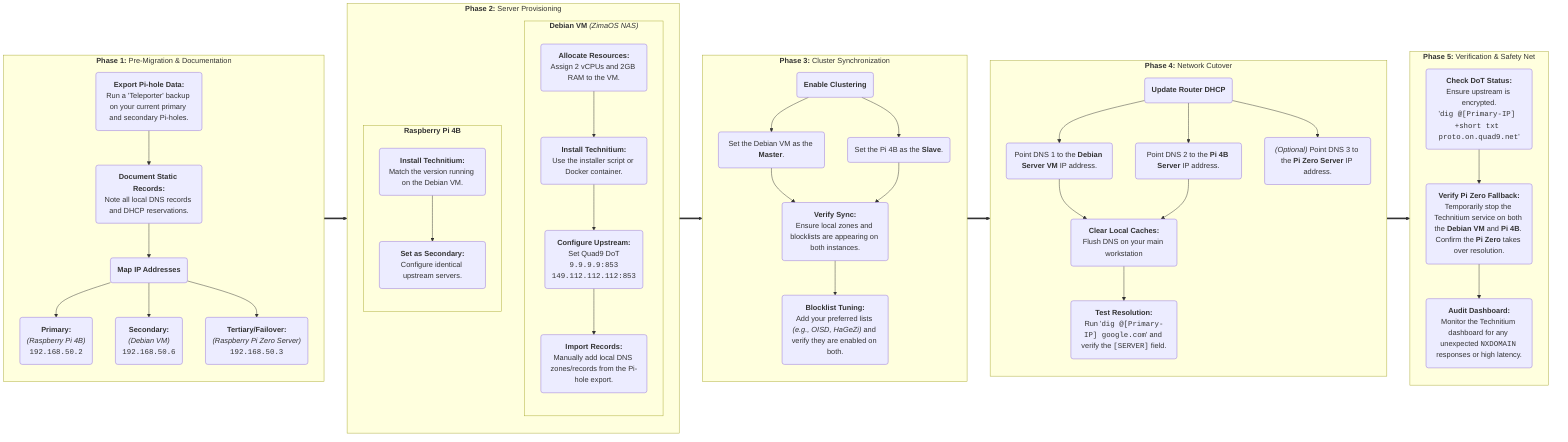
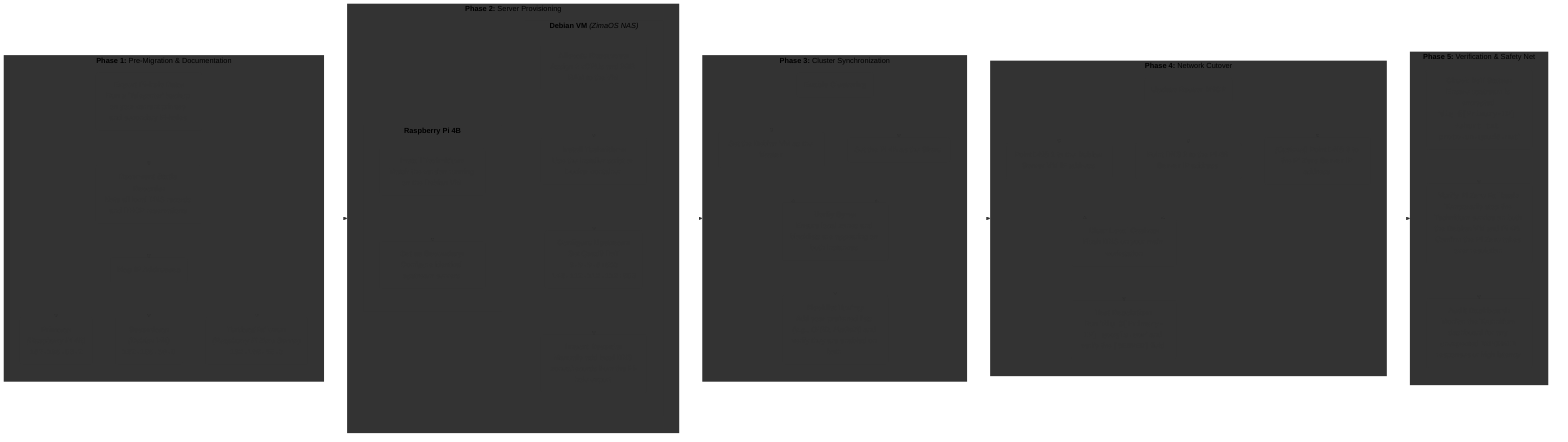
+ %%{
+   init: {
+     "themeCSS": ".node.text-box rect, .node.text-box polygon, .node.text-box circle, .node.text-box path { fill: var(--md-mermaid-node-bg-color) !important; stroke: var(--md-mermaid-node-fg-color) !important; stroke-width: 2px !important; } .nodeLabel { color: var(--node-text) !important; } .node text { fill: var(--node-text) !important; } .cluster rect { fill: var(--subgraph-bg) !important; stroke: var(--subgraph-border) !important; stroke-width: 1px !important; } .cluster-label text, .cluster text { fill: var(--node-text) !important; } .cluster-label span, .cluster span { color: var(--node-text) !important; } .edgeLabel, .edgeLabel span, .edgeLabel p, .labelBkg, .htmlLabel { background-color: var(--edge-bg) !important; color: var(--edge-text) !important; } .edgeLabel rect { fill: var(--edge-bg) !important; } .edgeLabel text { fill: var(--edge-text) !important; } .edgePath path, .flowchart-link { stroke: var(--edge-line) !important; } .marker path, .arrowheadPath { fill: var(--edge-line) !important; stroke: var(--edge-line) !important; }"
+   }
+ }%%
+ 
graph LR
+     %% --- Dummy Class Definitions (To register the classes on the SVGs) ---
+     classDef text-box fill: stroke:;
+ 
+ 
    %% Phase 1
    subgraph Phase_1 ["<b>Phase 1:</b> Pre-Migration & Documentation"]
        direction TB
-         Export("<b>Export Pi-hole Data:</b><br>Run a 'Teleporter' backup on your current primary and secondary Pi-holes.")
-         Document("<b>Document Static Records:</b><br>Note all local DNS records and DHCP reservations.")
-         Map("<b>Map IP Addresses</b>")
-         Primary("<b>Primary:</b><br><i>(Raspberry Pi 4B)</i><br><code>192.168.50.2</code>")
-         Secondary("<b>Secondary:</b><br><i>(Debian VM)</i><br><code>192.168.50.6</code>")
-         Tertiary("<b>Tertiary/Failover:</b><br><i>(Raspberry Pi Zero Server)</i><br><code>192.168.50.3</code>")
+         Export("<b>Export Pi-hole Data:</b><br>Run a 'Teleporter' backup on your current primary and secondary Pi-holes."):::text-box
+         Document("<b>Document Static Records:</b><br>Note all local DNS records and DHCP reservations."):::text-box
+         Map("<b>Map IP Addresses</b>"):::text-box
+         Primary("<b>Primary:</b><br><i>(Raspberry Pi 4B)</i><br><code>192.168.50.2</code>"):::text-box
+         Secondary("<b>Secondary:</b><br><i>(Debian VM)</i><br><code>192.168.50.6</code>"):::text-box
+         Tertiary("<b>Tertiary/Failover:</b><br><i>(Raspberry Pi Zero Server)</i><br><code>192.168.50.3</code>"):::text-box
    end

    %% Connections (Phase_1)
    Export --> Document
    Document --> Map
    Map --> Primary
    Map --> Secondary
    Map --> Tertiary
    Phase_1 ==> Phase_2

    %% Phase 2
    subgraph Phase_2 ["<b>Phase 2:</b> Server Provisioning"]
        direction TB
        subgraph Debian_VM ["<b>Debian VM</b> <i>(ZimaOS NAS)</i>"]
            direction TB
-             Allocate("<b>Allocate Resources:</b><br>Assign 2 vCPUs and 2GB RAM to the VM.")
-             Install("<b>Install Technitium:</b><br>Use the installer script or Docker container.")
-             Configure("<b>Configure Upstream:</b><br>Set Quad9 DoT<br><code>9.9.9.9:853</code><br><code>149.112.112.112:853</code>")
-             Import("<b>Import Records:</b><br>Manually add local DNS zones/records from the Pi-hole export.")
+             Allocate("<b>Allocate Resources:</b><br>Assign 2 vCPUs and 2GB RAM to the VM."):::text-box
+             Install("<b>Install Technitium:</b><br>Use the installer script or Docker container."):::text-box
+             Configure("<b>Configure Upstream:</b><br>Set Quad9 DoT<br><code>9.9.9.9:853</code><br><code>149.112.112.112:853</code>"):::text-box
+             Import("<b>Import Records:</b><br>Manually add local DNS zones/records from the Pi-hole export."):::text-box
        end
        subgraph RasPi_4B ["<b>Raspberry Pi 4B</b>"]
            direction TB
-             Install_Pi("<b>Install Technitium:</b><br>Match the version running on the Debian VM.")
-             Set_Secondary("<b>Set as Secondary:</b><br>Configure identical upstream servers.")
+             Install_Pi("<b>Install Technitium:</b><br>Match the version running on the Debian VM."):::text-box
+             Set_Secondary("<b>Set as Secondary:</b><br>Configure identical upstream servers."):::text-box
        end
    end

    %% Connections (Phase_2)
    Allocate --> Install
    Install --> Configure
    Configure --> Import

    Install_Pi --> Set_Secondary
    Phase_2 ==> Phase_3

    %% Phase 3
    subgraph Phase_3 ["<b>Phase 3:</b> Cluster Synchronization"]
        direction TB
-         Enable_Clustering("<b>Enable Clustering</b>")
-         DebianVM_Master("Set the Debian VM as the <b>Master</b>.")
-         Pi4B_Slave("Set the Pi 4B as the <b>Slave</b>.")
-         Verify_Sync("<b>Verify Sync:</b><br>Ensure local zones and blocklists are appearing on both instances.")
-         Tuning("<b>Blocklist Tuning:</b><br>Add your preferred lists <i>(e.g., OISD, HaGeZi)</i> and verify they are enabled on both.")
+         Enable_Clustering("<b>Enable Clustering</b>"):::text-box
+         DebianVM_Master("Set the Debian VM as the <b>Master</b>."):::text-box
+         Pi4B_Slave("Set the Pi 4B as the <b>Slave</b>."):::text-box
+         Verify_Sync("<b>Verify Sync:</b><br>Ensure local zones and blocklists are appearing on both instances."):::text-box
+         Tuning("<b>Blocklist Tuning:</b><br>Add your preferred lists <i>(e.g., OISD, HaGeZi)</i> and verify they are enabled on both."):::text-box
    end

    %% Connections (Phase_3)
    Enable_Clustering --> DebianVM_Master
    Enable_Clustering --> Pi4B_Slave
    DebianVM_Master --> Verify_Sync
    Pi4B_Slave --> Verify_Sync
    Verify_Sync --> Tuning
    Phase_3 ==> Phase_4

    subgraph Phase_4 ["<b>Phase 4:</b> Network Cutover"]
        direction TB
-         DHCP("<b>Update Router DHCP</b>")
-         DHCP_1("Point DNS 1 to the <b>Debian Server VM</b> IP address.")
-         DHCP_2("Point DNS 2 to the <b>Pi 4B Server</b> IP address.")
-         DHCP_3("<i>(Optional)</i> Point DNS 3 to the <b>Pi Zero Server</b> IP address.")
+         DHCP("<b>Update Router DHCP</b>"):::text-box
+         DHCP_1("Point DNS 1 to the <b>Debian Server VM</b> IP address."):::text-box
+         DHCP_2("Point DNS 2 to the <b>Pi 4B Server</b> IP address."):::text-box
+         DHCP_3("<i>(Optional)</i> Point DNS 3 to the <b>Pi Zero Server</b> IP address."):::text-box

-         Clear_Cache("<b>Clear Local Caches:</b><br>Flush DNS on your main workstation")
-         Test_Resolution("<b>Test Resolution:</b><br>Run '<code>dig @[Primary-IP] google.com</code>' and verify the <code>[SERVER]</code> field.")
+         Clear_Cache("<b>Clear Local Caches:</b><br>Flush DNS on your main workstation"):::text-box
+         Test_Resolution("<b>Test Resolution:</b><br>Run '<code>dig @[Primary-IP] google.com</code>' and verify the <code>[SERVER]</code> field."):::text-box
    end

    %% Connections (Phase_4)
    DHCP --> DHCP_1
    DHCP --> DHCP_2
    DHCP --> DHCP_3
    DHCP_1 --> Clear_Cache
    DHCP_2 --> Clear_Cache
    Clear_Cache --> Test_Resolution
    Phase_4 ==> Phase_5

    subgraph Phase_5 ["<b>Phase 5:</b> Verification & Safety Net"]
        direction TB
-         DoT_Status("<b>Check DoT Status:</b><br>Ensure upstream is encrypted.<br>'<code>dig @[Primary-IP] +short txt proto.on.quad9.net</code>'")
-         Fallback("<b>Verify Pi Zero Fallback:</b><br>Temporarily stop the Technitium service on both the <b>Debian VM</b> and <b>Pi 4B</b>. Confirm the <b>Pi Zero</b> takes over resolution.")
-         Audit("<b>Audit Dashboard:</b><br>Monitor the Technitium dashboard for any unexpected <code>NXDOMAIN</code> responses or high latency.")
+         DoT_Status("<b>Check DoT Status:</b><br>Ensure upstream is encrypted.<br>'<code>dig @[Primary-IP] +short txt proto.on.quad9.net</code>'"):::text-box
+         Fallback("<b>Verify Pi Zero Fallback:</b><br>Temporarily stop the Technitium service on both the <b>Debian VM</b> and <b>Pi 4B</b>. Confirm the <b>Pi Zero</b> takes over resolution."):::text-box
+         Audit("<b>Audit Dashboard:</b><br>Monitor the Technitium dashboard for any unexpected <code>NXDOMAIN</code> responses or high latency."):::text-box
    end

    %% Connections (Phase_5)
    DoT_Status --> Fallback
    Fallback --> Audit